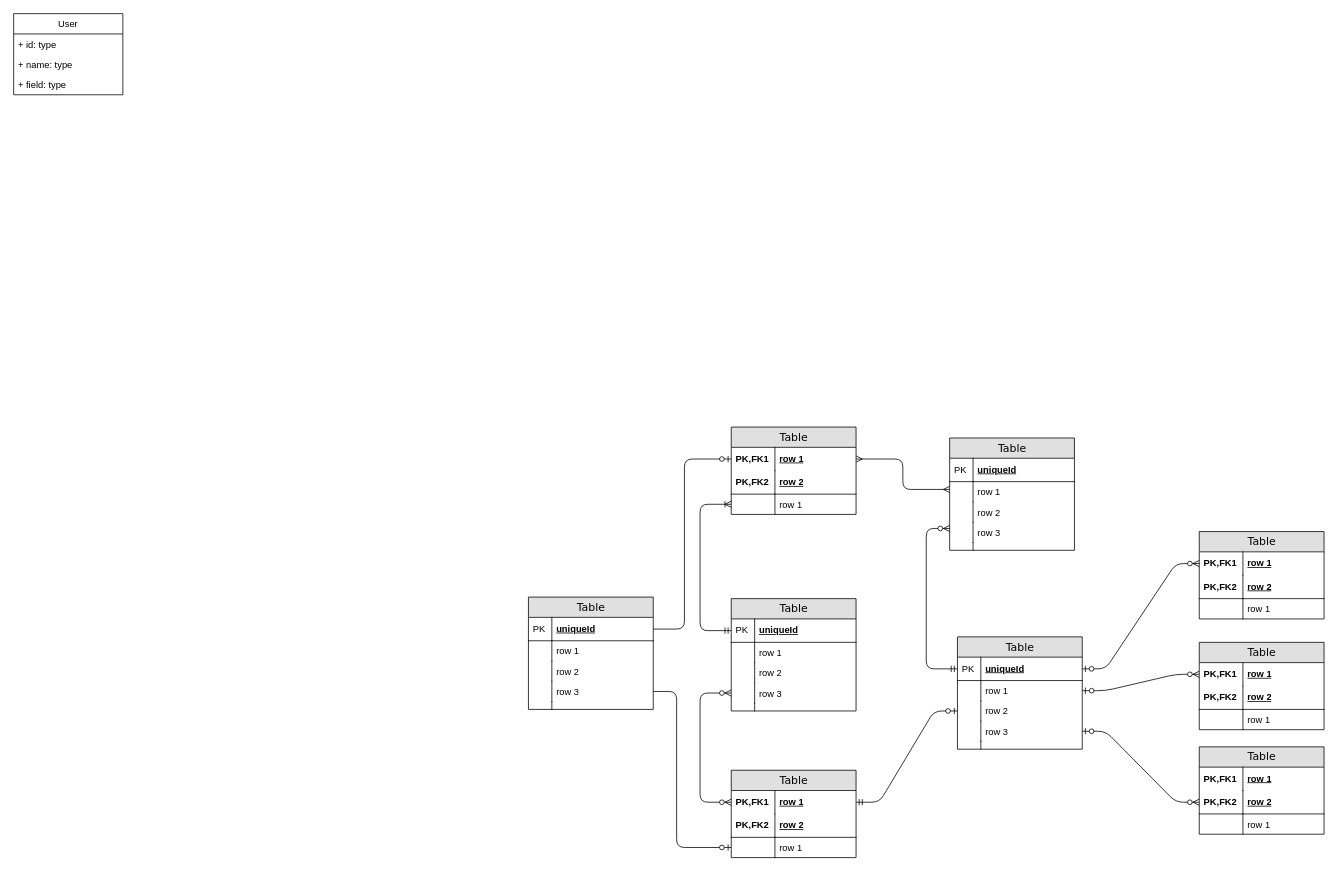
This is Diagramme sans nom.drawio from professor-kaiser/projet-perso, a draw.io file, before an edit. Source tidied: cells renumbered, new cells numbered last; positions are measured from the earlier drawing's top-left corner, leaving out a move shared by most shapes. Both pictures are drawn from the tidied source at 78%, with x=0, y=0 at pixel (13, 13).
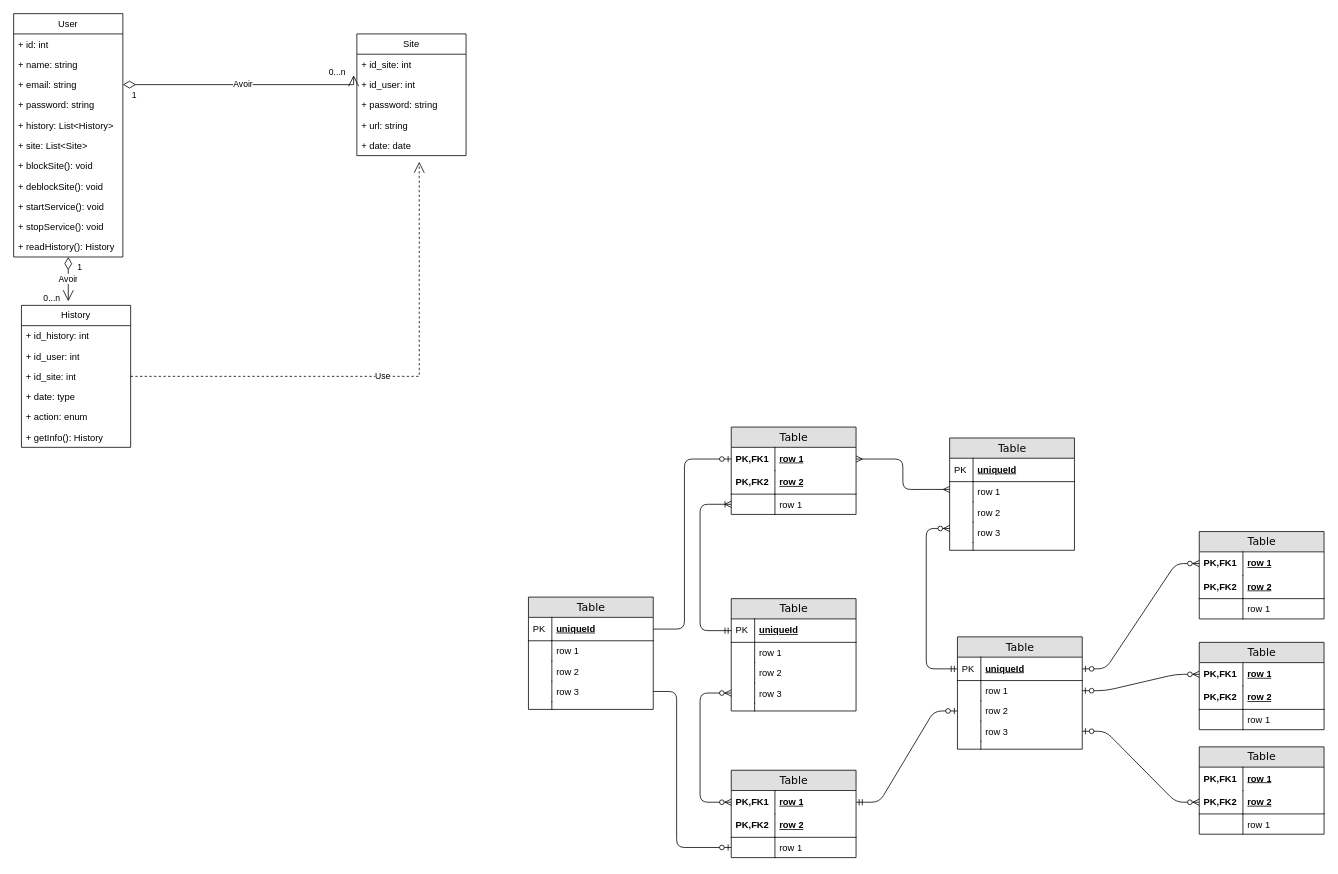
The same page after the edit.

Commit message (it also covers changes not shown here):
Mettre à jour Diagramme sans nom.drawio

What changed in the source:
```diff
@@
     <mxCell id="91" value="User" style="swimlane;fontStyle=0;horizontal=1;startSize=26;fillColor=none;whiteSpace=wrap;html=1;" parent="1" vertex="1">
-      <mxGeometry width="140" height="104" as="geometry" />
+      <mxGeometry width="140" height="312" as="geometry" />
     </mxCell>
-    <mxCell id="92" value="+ id: type" style="text;strokeColor=none;fillColor=none;align=left;verticalAlign=top;spacingLeft=4;spacingRight=4;overflow=hidden;whiteSpace=wrap;html=1;" parent="91" vertex="1">
+    <mxCell id="92" value="+ id: int" style="text;strokeColor=none;fillColor=none;align=left;verticalAlign=top;spacingLeft=4;spacingRight=4;overflow=hidden;whiteSpace=wrap;html=1;" parent="91" vertex="1">
       <mxGeometry y="26" width="140" height="26" as="geometry" />
     </mxCell>
-    <mxCell id="93" value="+ name: type" style="text;strokeColor=none;fillColor=none;align=left;verticalAlign=top;spacingLeft=4;spacingRight=4;overflow=hidden;whiteSpace=wrap;html=1;" parent="91" vertex="1">
+    <mxCell id="93" value="+ name: string" style="text;strokeColor=none;fillColor=none;align=left;verticalAlign=top;spacingLeft=4;spacingRight=4;overflow=hidden;whiteSpace=wrap;html=1;" parent="91" vertex="1">
       <mxGeometry y="52" width="140" height="26" as="geometry" />
     </mxCell>
-    <mxCell id="94" value="+ field: type" style="text;strokeColor=none;fillColor=none;align=left;verticalAlign=top;spacingLeft=4;spacingRight=4;overflow=hidden;points=[[0,0.5],[1,0.5]];portConstraint=eastwest;whiteSpace=wrap;html=1;" parent="91" vertex="1">
+    <mxCell id="94" value="+ email: string" style="text;strokeColor=none;fillColor=none;align=left;verticalAlign=top;spacingLeft=4;spacingRight=4;overflow=hidden;points=[[0,0.5],[1,0.5]];portConstraint=eastwest;whiteSpace=wrap;html=1;" parent="91" vertex="1">
       <mxGeometry y="78" width="140" height="26" as="geometry" />
     </mxCell>
+    <mxCell id="95" value="+ password: string" style="text;strokeColor=none;fillColor=none;align=left;verticalAlign=top;spacingLeft=4;spacingRight=4;overflow=hidden;whiteSpace=wrap;html=1;" parent="91" vertex="1">
+      <mxGeometry y="104" width="140" height="26" as="geometry" />
+    </mxCell>
+    <mxCell id="96" value="+ history: List&amp;lt;History&amp;gt;" style="text;strokeColor=none;fillColor=none;align=left;verticalAlign=top;spacingLeft=4;spacingRight=4;overflow=hidden;whiteSpace=wrap;html=1;" parent="91" vertex="1">
+      <mxGeometry y="130" width="140" height="26" as="geometry" />
+    </mxCell>
+    <mxCell id="97" value="+ site: List&amp;lt;Site&amp;gt;" style="text;strokeColor=none;fillColor=none;align=left;verticalAlign=top;spacingLeft=4;spacingRight=4;overflow=hidden;whiteSpace=wrap;html=1;" parent="91" vertex="1">
+      <mxGeometry y="156" width="140" height="26" as="geometry" />
+    </mxCell>
+    <mxCell id="98" value="+ blockSite(): void" style="text;strokeColor=none;fillColor=none;align=left;verticalAlign=top;spacingLeft=4;spacingRight=4;overflow=hidden;whiteSpace=wrap;html=1;" parent="91" vertex="1">
+      <mxGeometry y="182" width="140" height="26" as="geometry" />
+    </mxCell>
+    <mxCell id="99" value="+ deblockSite(): void" style="text;strokeColor=none;fillColor=none;align=left;verticalAlign=top;spacingLeft=4;spacingRight=4;overflow=hidden;whiteSpace=wrap;html=1;" parent="91" vertex="1">
+      <mxGeometry y="208" width="140" height="26" as="geometry" />
+    </mxCell>
+    <mxCell id="100" value="+ startService(): void" style="text;strokeColor=none;fillColor=none;align=left;verticalAlign=top;spacingLeft=4;spacingRight=4;overflow=hidden;whiteSpace=wrap;html=1;" parent="91" vertex="1">
+      <mxGeometry y="234" width="140" height="26" as="geometry" />
+    </mxCell>
+    <mxCell id="101" value="+ stopService(): void" style="text;strokeColor=none;fillColor=none;align=left;verticalAlign=top;spacingLeft=4;spacingRight=4;overflow=hidden;whiteSpace=wrap;html=1;" parent="91" vertex="1">
+      <mxGeometry y="260" width="140" height="26" as="geometry" />
+    </mxCell>
+    <mxCell id="102" value="+ readHistory(): History " style="text;strokeColor=none;fillColor=none;align=left;verticalAlign=top;spacingLeft=4;spacingRight=4;overflow=hidden;whiteSpace=wrap;html=1;" parent="91" vertex="1">
+      <mxGeometry y="286" width="140" height="26" as="geometry" />
+    </mxCell>
+    <mxCell id="103" value="History" style="swimlane;fontStyle=0;horizontal=1;startSize=26;fillColor=none;whiteSpace=wrap;html=1;" parent="1" vertex="1">
+      <mxGeometry x="10" y="374" width="140" height="182" as="geometry" />
+    </mxCell>
+    <mxCell id="104" value="+ id_history: int" style="text;strokeColor=none;fillColor=none;align=left;verticalAlign=top;spacingLeft=4;spacingRight=4;overflow=hidden;whiteSpace=wrap;html=1;" parent="103" vertex="1">
+      <mxGeometry y="26" width="140" height="26" as="geometry" />
+    </mxCell>
+    <mxCell id="105" value="+ id_user: int" style="text;strokeColor=none;fillColor=none;align=left;verticalAlign=top;spacingLeft=4;spacingRight=4;overflow=hidden;whiteSpace=wrap;html=1;" parent="103" vertex="1">
+      <mxGeometry y="52" width="140" height="26" as="geometry" />
+    </mxCell>
+    <mxCell id="106" value="+ id_site: int" style="text;strokeColor=none;fillColor=none;align=left;verticalAlign=top;spacingLeft=4;spacingRight=4;overflow=hidden;points=[[0,0.5],[1,0.5]];portConstraint=eastwest;whiteSpace=wrap;html=1;" parent="103" vertex="1">
+      <mxGeometry y="78" width="140" height="26" as="geometry" />
+    </mxCell>
+    <mxCell id="107" value="+ date: type" style="text;strokeColor=none;fillColor=none;align=left;verticalAlign=top;spacingLeft=4;spacingRight=4;overflow=hidden;whiteSpace=wrap;html=1;" parent="103" vertex="1">
+      <mxGeometry y="104" width="140" height="26" as="geometry" />
+    </mxCell>
+    <mxCell id="108" value="+ action: enum" style="text;strokeColor=none;fillColor=none;align=left;verticalAlign=top;spacingLeft=4;spacingRight=4;overflow=hidden;whiteSpace=wrap;html=1;" parent="103" vertex="1">
+      <mxGeometry y="130" width="140" height="26" as="geometry" />
+    </mxCell>
+    <mxCell id="109" value="+ getInfo(): History" style="text;strokeColor=none;fillColor=none;align=left;verticalAlign=top;spacingLeft=4;spacingRight=4;overflow=hidden;whiteSpace=wrap;html=1;" parent="103" vertex="1">
+      <mxGeometry y="156" width="140" height="26" as="geometry" />
+    </mxCell>
+    <mxCell id="110" value="Avoir" style="endArrow=open;html=1;endSize=12;startArrow=diamondThin;startSize=14;startFill=0;edgeStyle=orthogonalEdgeStyle;rounded=0;exitX=0.5;exitY=1;exitDx=0;exitDy=0;entryX=0.429;entryY=-0.029;entryDx=0;entryDy=0;entryPerimeter=0;" parent="1" edge="1" source="91" target="103">
+      <mxGeometry relative="1" as="geometry" />
+    </mxCell>
+    <mxCell id="111" value="&lt;div&gt;1&lt;/div&gt;&lt;div&gt;&lt;br&gt;&lt;/div&gt;" style="edgeLabel;html=1;align=left;verticalAlign=top;" parent="110" vertex="1">
+      <mxGeometry x="-1" relative="1" as="geometry">
+        <mxPoint x="10" as="offset" />
+      </mxGeometry>
+    </mxCell>
+    <mxCell id="112" value="0...n" style="edgeLabel;html=1;align=right;verticalAlign=top;" parent="110" vertex="1">
+      <mxGeometry x="1" relative="1" as="geometry">
+        <mxPoint x="-10" y="-17" as="offset" />
+      </mxGeometry>
+    </mxCell>
+    <mxCell id="113" value="&lt;div&gt;Site&lt;/div&gt;" style="swimlane;fontStyle=0;horizontal=1;startSize=26;fillColor=none;whiteSpace=wrap;html=1;" parent="1" vertex="1">
+      <mxGeometry x="440" y="26" width="140" height="156" as="geometry" />
+    </mxCell>
+    <mxCell id="114" value="+ id_site: int" style="text;strokeColor=none;fillColor=none;align=left;verticalAlign=top;spacingLeft=4;spacingRight=4;overflow=hidden;points=[[0,0.5],[1,0.5]];portConstraint=eastwest;whiteSpace=wrap;html=1;" parent="113" vertex="1">
+      <mxGeometry y="26" width="140" height="26" as="geometry" />
+    </mxCell>
+    <mxCell id="115" value="+ id_user: int" style="text;strokeColor=none;fillColor=none;align=left;verticalAlign=top;spacingLeft=4;spacingRight=4;overflow=hidden;whiteSpace=wrap;html=1;" parent="113" vertex="1">
+      <mxGeometry y="52" width="140" height="26" as="geometry" />
+    </mxCell>
+    <mxCell id="116" value="+ password: string" style="text;strokeColor=none;fillColor=none;align=left;verticalAlign=top;spacingLeft=4;spacingRight=4;overflow=hidden;whiteSpace=wrap;html=1;" parent="113" vertex="1">
+      <mxGeometry y="78" width="140" height="26" as="geometry" />
+    </mxCell>
+    <mxCell id="117" value="+ url: string" style="text;strokeColor=none;fillColor=none;align=left;verticalAlign=top;spacingLeft=4;spacingRight=4;overflow=hidden;whiteSpace=wrap;html=1;" parent="113" vertex="1">
+      <mxGeometry y="104" width="140" height="26" as="geometry" />
+    </mxCell>
+    <mxCell id="118" value="+ date: date" style="text;strokeColor=none;fillColor=none;align=left;verticalAlign=top;spacingLeft=4;spacingRight=4;overflow=hidden;whiteSpace=wrap;html=1;" parent="113" vertex="1">
+      <mxGeometry y="130" width="140" height="26" as="geometry" />
+    </mxCell>
+    <mxCell id="119" value="Avoir" style="endArrow=open;html=1;endSize=12;startArrow=diamondThin;startSize=14;startFill=0;edgeStyle=orthogonalEdgeStyle;rounded=0;exitX=1;exitY=0.5;exitDx=0;exitDy=0;entryX=-0.029;entryY=1.038;entryDx=0;entryDy=0;entryPerimeter=0;" parent="1" edge="1" source="94" target="114">
+      <mxGeometry relative="1" as="geometry">
+        <Array as="points">
+          <mxPoint x="436" y="91" />
+        </Array>
+      </mxGeometry>
+    </mxCell>
+    <mxCell id="120" value="&lt;div&gt;1&lt;/div&gt;&lt;div&gt;&lt;br&gt;&lt;/div&gt;" style="edgeLabel;html=1;align=left;verticalAlign=top;" parent="119" vertex="1">
+      <mxGeometry x="-1" relative="1" as="geometry">
+        <mxPoint x="10" as="offset" />
+      </mxGeometry>
+    </mxCell>
+    <mxCell id="121" value="0...n" style="edgeLabel;html=1;align=right;verticalAlign=top;" parent="119" vertex="1">
+      <mxGeometry x="1" relative="1" as="geometry">
+        <mxPoint x="-10" y="-17" as="offset" />
+      </mxGeometry>
+    </mxCell>
+    <mxCell id="122" value="Use" style="endArrow=open;endSize=12;dashed=1;html=1;rounded=0;exitX=1;exitY=0.5;exitDx=0;exitDy=0;" parent="1" edge="1" source="106">
+      <mxGeometry relative="1" as="geometry">
+        <mxPoint x="520" y="190" as="targetPoint" />
+        <Array as="points">
+          <mxPoint x="520" y="465" />
+        </Array>
+      </mxGeometry>
+    </mxCell>
```
